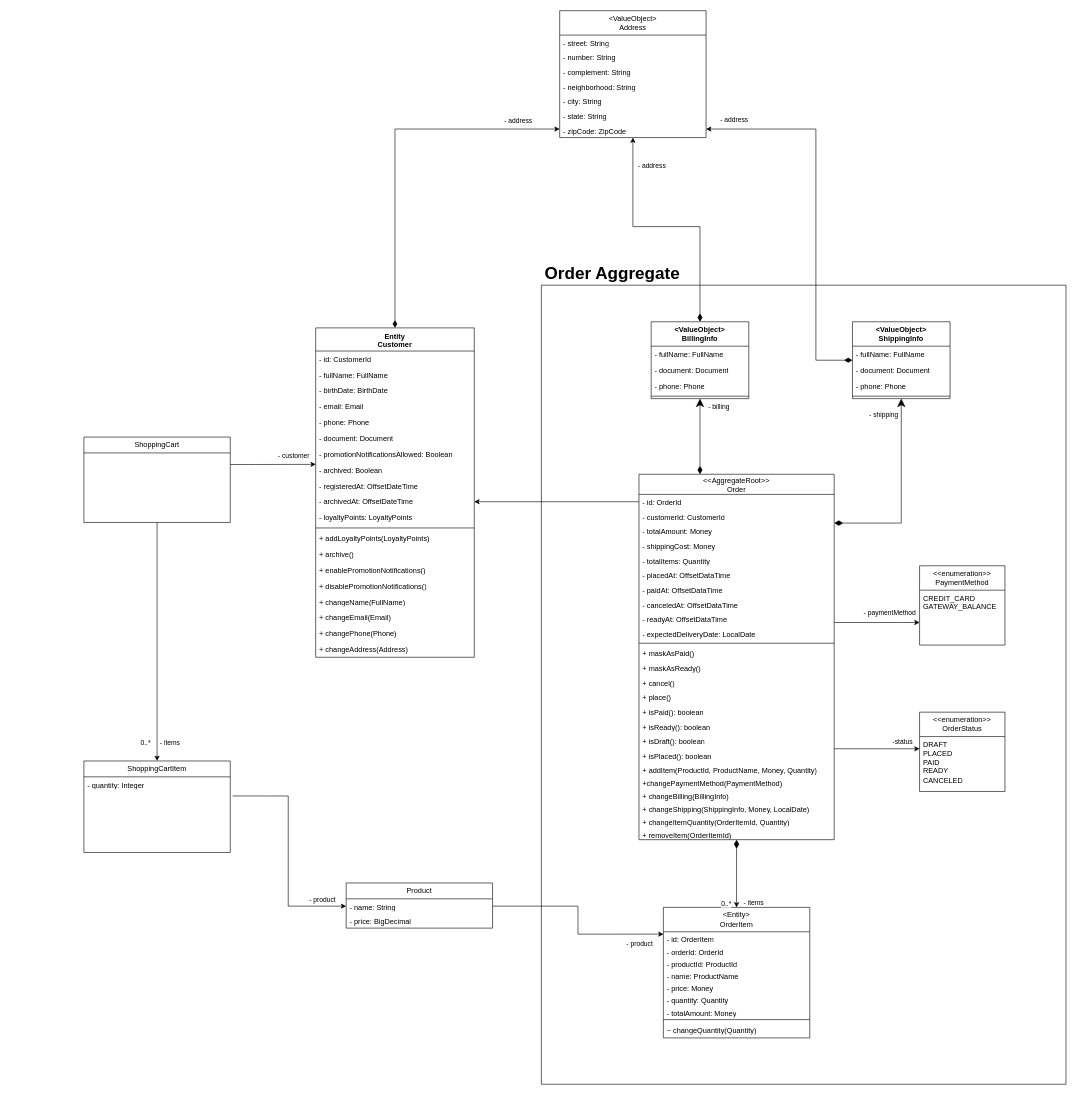
dhsouza/algashop-docs keeps this draw.io diagram as Algashop domain model.drawio. Above is the earlier version. Source tidied: cells renumbered, new cells numbered last; positions are measured from the earlier drawing's top-left corner, leaving out a move shared by most shapes. Both pictures are drawn from the tidied source at 61%, with x=0, y=0 at pixel (84, 10).
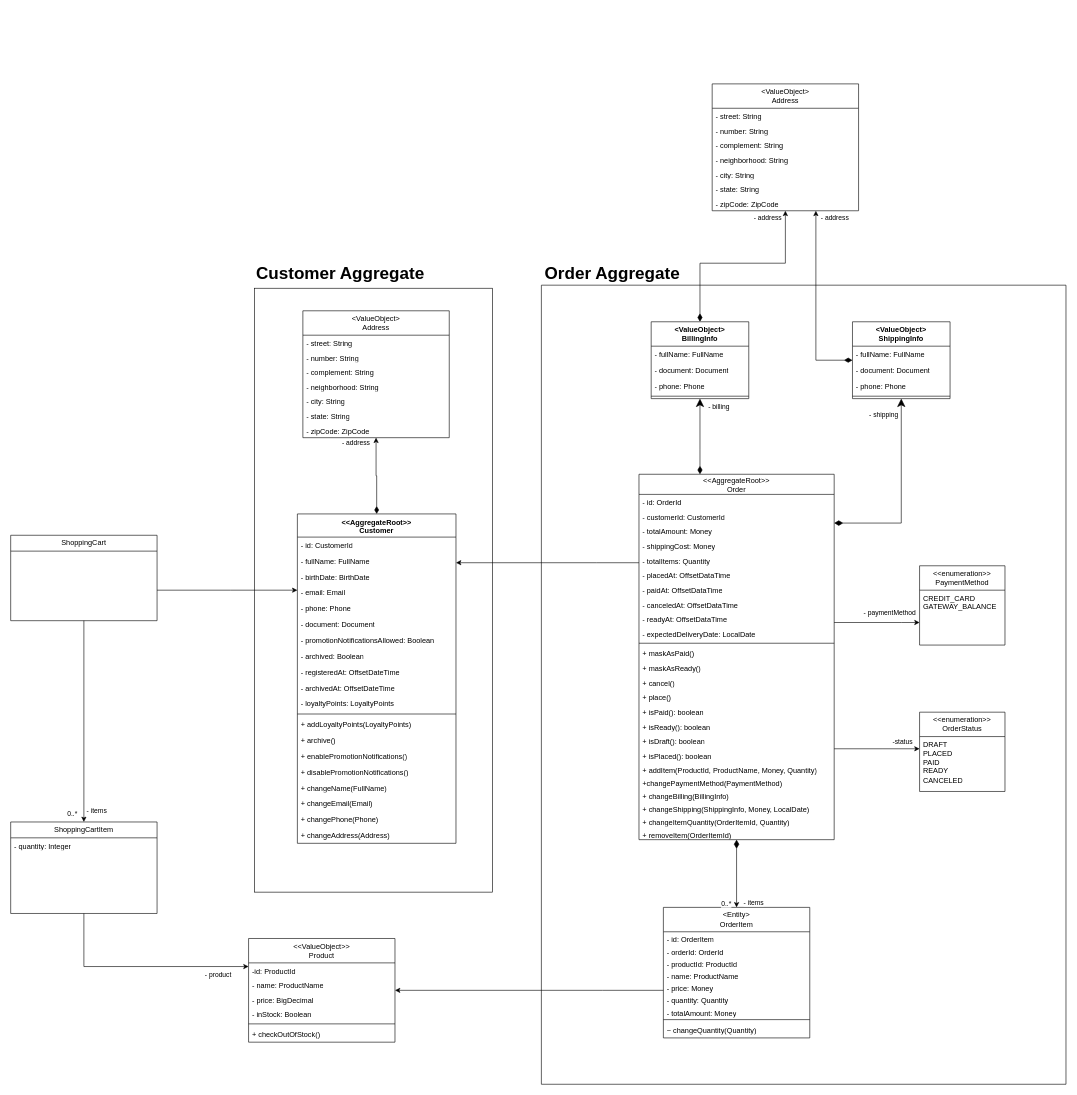
After the change.

Commit message (it also covers changes not shown here):
chore: refining Customer and Product domain models

Unchanged cells that the change refers to:
```xml
<mxCell id="13" value="-&amp;nbsp;archived: Boolean" style="text;strokeColor=none;fillColor=none;align=left;verticalAlign=top;spacingLeft=4;spacingRight=4;overflow=hidden;points=[[0,0.5],[1,0.5]];portConstraint=eastwest;whiteSpace=wrap;html=1;" parent="5" vertex="1">
  <mxGeometry y="220" width="260" height="26" as="geometry" />
</mxCell>
<mxCell id="15" value="-&amp;nbsp;archivedAt: OffsetDateTime" style="text;strokeColor=none;fillColor=none;align=left;verticalAlign=top;spacingLeft=4;spacingRight=4;overflow=hidden;points=[[0,0.5],[1,0.5]];portConstraint=eastwest;whiteSpace=wrap;html=1;" parent="5" vertex="1">
  <mxGeometry y="272" width="260" height="26" as="geometry" />
</mxCell>
<mxCell id="33" value="- quantity: Integer" style="text;strokeColor=none;fillColor=none;align=left;verticalAlign=top;spacingLeft=4;spacingRight=4;overflow=hidden;points=[[0,0.5],[1,0.5]];portConstraint=eastwest;whiteSpace=wrap;html=1;" parent="32" vertex="1">
  <mxGeometry y="26" width="240" height="124" as="geometry" />
</mxCell>
<mxCell id="39" value="&lt;div&gt;&amp;lt;Entity&amp;gt;&lt;/div&gt;OrderItem" style="swimlane;fontStyle=0;horizontal=1;startSize=40;fillColor=none;whiteSpace=wrap;html=1;" parent="1" vertex="1">
  <mxGeometry x="950" y="1470" width="240" height="214" as="geometry" />
</mxCell>
<mxCell id="40" value="- id: OrderItem" style="text;strokeColor=none;fillColor=none;align=left;verticalAlign=top;spacingLeft=4;spacingRight=4;overflow=hidden;points=[[0,0.5],[1,0.5]];portConstraint=eastwest;whiteSpace=wrap;html=1;" parent="39" vertex="1">
  <mxGeometry y="40" width="240" height="20" as="geometry" />
</mxCell>
<mxCell id="54" value="&lt;div&gt;&amp;lt;&amp;lt;AggregateRoot&amp;gt;&amp;gt;&lt;/div&gt;Order" style="swimlane;fontStyle=0;horizontal=1;startSize=33;fillColor=none;whiteSpace=wrap;html=1;" parent="1" vertex="1">
  <mxGeometry x="910" y="760" width="320" height="599" as="geometry" />
</mxCell>
<mxCell id="55" value="- id: OrderId" style="text;strokeColor=none;fillColor=none;align=left;verticalAlign=top;spacingLeft=4;spacingRight=4;overflow=hidden;points=[[0,0.5],[1,0.5]];portConstraint=eastwest;whiteSpace=wrap;html=1;" parent="54" vertex="1">
  <mxGeometry y="33" width="320" height="24" as="geometry" />
</mxCell>
<mxCell id="91" style="edgeStyle=orthogonalEdgeStyle;rounded=0;jettySize=auto;html=1;startArrow=diamondThin;startFill=1;startSize=11;" parent="1" edge="1" source="93" target="80">
  <mxGeometry relative="1" as="geometry">
    <Array as="points">
      <mxPoint x="1200" y="573" />
      <mxPoint x="1200" y="194" />
    </Array>
  </mxGeometry>
</mxCell>
<mxCell id="100" style="edgeStyle=orthogonalEdgeStyle;rounded=0;jettySize=auto;html=1;startArrow=diamondThin;startFill=1;startSize=11;" parent="1" edge="1" source="102" target="80">
  <mxGeometry relative="1" as="geometry" />
</mxCell>
```

Diff of the diagram source:
```diff
@@
+    <mxCell id="116" style="rounded=0;whiteSpace=wrap;html=1;fillColor=none;" parent="1" vertex="1">
+      <mxGeometry x="280" y="455" width="390" height="990" as="geometry" />
+    </mxCell>
@@
-    <mxCell id="3" style="rounded=0;jettySize=auto;html=1;flowAnimation=0;edgeStyle=orthogonalEdgeStyle;startArrow=diamondThin;startFill=1;strokeWidth=1;startSize=10;" parent="1" edge="1" source="5" target="80">
-      <mxGeometry relative="1" as="geometry">
-        <Array as="points">
-          <mxPoint x="510" y="194" />
-        </Array>
-      </mxGeometry>
+    <mxCell id="3" style="rounded=0;jettySize=auto;html=1;flowAnimation=0;edgeStyle=orthogonalEdgeStyle;startArrow=diamondThin;startFill=1;strokeWidth=1;startSize=10;" parent="1" edge="1" source="5" target="122">
+      <mxGeometry relative="1" as="geometry" />
     </mxCell>
     <mxCell id="4" value="- address" style="edgeLabel;html=1;align=center;verticalAlign=middle;" parent="3" vertex="1">
       <mxGeometry x="0.83" y="1" relative="1" as="geometry">
-        <mxPoint x="-18" y="-14" as="offset" />
+        <mxPoint x="-33" y="-3" as="offset" />
       </mxGeometry>
     </mxCell>
-    <mxCell id="5" value="Entity&lt;div&gt;Customer&lt;/div&gt;" style="swimlane;fontStyle=1;align=center;verticalAlign=top;horizontal=1;startSize=38;whiteSpace=wrap;html=1;" parent="1" vertex="1">
-      <mxGeometry x="380" y="520" width="260" height="540" as="geometry" />
+    <mxCell id="5" value="&amp;lt;&amp;lt;AggregateRoot&amp;gt;&amp;gt;&lt;div&gt;Customer&lt;/div&gt;" style="swimlane;fontStyle=1;align=center;verticalAlign=top;horizontal=1;startSize=38;whiteSpace=wrap;html=1;" parent="1" vertex="1">
+      <mxGeometry x="350" y="825" width="260" height="540" as="geometry" />
     </mxCell>
@@
-    <mxCell id="29" style="edgeStyle=orthogonalEdgeStyle;rounded=0;jettySize=auto;html=1;entryX=0.001;entryY=0.145;entryDx=0;entryDy=0;entryPerimeter=0;" parent="1" edge="1" source="31" target="13">
+    <mxCell id="29" style="edgeStyle=orthogonalEdgeStyle;rounded=0;jettySize=auto;html=1;" parent="1" edge="1" source="31" target="5">
       <mxGeometry relative="1" as="geometry">
         <Array as="points">
-          <mxPoint x="270" y="744" />
-          <mxPoint x="270" y="744" />
+          <mxPoint x="240" y="950" />
+          <mxPoint x="240" y="950" />
         </Array>
       </mxGeometry>
     </mxCell>
-    <mxCell id="30" value="- customer" style="edgeLabel;html=1;align=center;verticalAlign=middle;" parent="29" vertex="1">
-      <mxGeometry x="0.13" y="3" relative="1" as="geometry">
-        <mxPoint x="25" y="-12" as="offset" />
-      </mxGeometry>
-    </mxCell>
     <mxCell id="31" value="ShoppingCart" style="swimlane;fontStyle=0;horizontal=1;startSize=26;fillColor=none;whiteSpace=wrap;html=1;" parent="1" vertex="1">
-      <mxGeometry y="699" width="240" height="140" as="geometry" />
+      <mxGeometry x="-120" y="860" width="240" height="140" as="geometry" />
     </mxCell>
     <mxCell id="32" value="ShoppingCartItem" style="swimlane;fontStyle=0;horizontal=1;startSize=26;fillColor=none;whiteSpace=wrap;html=1;" parent="1" vertex="1">
-      <mxGeometry y="1230" width="240" height="150" as="geometry" />
+      <mxGeometry x="-120" y="1330" width="240" height="150" as="geometry" />
     </mxCell>
@@
-    <mxCell id="34" style="edgeStyle=orthogonalEdgeStyle;rounded=0;jettySize=auto;html=1;entryX=0;entryY=0.5;entryDx=0;entryDy=0;exitX=1.016;exitY=0.253;exitDx=0;exitDy=0;exitPerimeter=0;" parent="1" edge="1" source="33" target="37">
-      <mxGeometry relative="1" as="geometry" />
+    <mxCell id="34" style="edgeStyle=orthogonalEdgeStyle;rounded=0;jettySize=auto;html=1;" parent="1" edge="1" source="32" target="36">
+      <mxGeometry relative="1" as="geometry">
+        <Array as="points">
+          <mxPoint y="1567" />
+        </Array>
+      </mxGeometry>
     </mxCell>
     <mxCell id="35" value="- product" style="edgeLabel;html=1;align=center;verticalAlign=middle;" parent="34" vertex="1">
       <mxGeometry x="0.26" y="-1" relative="1" as="geometry">
-        <mxPoint x="56" y="29" as="offset" />
+        <mxPoint x="81" y="12" as="offset" />
       </mxGeometry>
     </mxCell>
-    <mxCell id="36" value="Product" style="swimlane;fontStyle=0;horizontal=1;startSize=26;fillColor=none;whiteSpace=wrap;html=1;" parent="1" vertex="1">
-      <mxGeometry x="430" y="1430" width="240" height="74" as="geometry" />
+    <mxCell id="36" value="&lt;div&gt;&amp;lt;&amp;lt;ValueObject&amp;gt;&amp;gt;&lt;/div&gt;Product" style="swimlane;fontStyle=0;horizontal=1;startSize=40;fillColor=none;whiteSpace=wrap;html=1;" parent="1" vertex="1">
+      <mxGeometry x="270" y="1521" width="240" height="170" as="geometry" />
     </mxCell>
+    <mxCell id="117" value="-id: ProductId" style="text;strokeColor=none;fillColor=none;align=left;verticalAlign=top;spacingLeft=4;spacingRight=4;overflow=hidden;whiteSpace=wrap;html=1;" parent="36" vertex="1">
+      <mxGeometry y="40" width="240" height="24" as="geometry" />
+    </mxCell>
-    <mxCell id="37" value="- name: String" style="text;strokeColor=none;fillColor=none;align=left;verticalAlign=top;spacingLeft=4;spacingRight=4;overflow=hidden;points=[[0,0.5],[1,0.5]];portConstraint=eastwest;whiteSpace=wrap;html=1;" parent="36" vertex="1">
-      <mxGeometry y="26" width="240" height="24" as="geometry" />
+    <mxCell id="37" value="- name: ProductName" style="text;strokeColor=none;fillColor=none;align=left;verticalAlign=top;spacingLeft=4;spacingRight=4;overflow=hidden;points=[[0,0.5],[1,0.5]];portConstraint=eastwest;whiteSpace=wrap;html=1;" parent="36" vertex="1">
+      <mxGeometry y="64" width="240" height="24" as="geometry" />
     </mxCell>
     <mxCell id="38" value="- price: BigDecimal" style="text;strokeColor=none;fillColor=none;align=left;verticalAlign=top;spacingLeft=4;spacingRight=4;overflow=hidden;whiteSpace=wrap;html=1;" parent="36" vertex="1">
-      <mxGeometry y="50" width="240" height="24" as="geometry" />
+      <mxGeometry y="88" width="240" height="24" as="geometry" />
     </mxCell>
+    <mxCell id="118" value="- inStock: Boolean" style="text;strokeColor=none;fillColor=none;align=left;verticalAlign=top;spacingLeft=4;spacingRight=4;overflow=hidden;whiteSpace=wrap;html=1;" parent="36" vertex="1">
+      <mxGeometry y="112" width="240" height="24" as="geometry" />
+    </mxCell>
+    <mxCell id="119" style="line;strokeWidth=1;fillColor=none;align=left;verticalAlign=middle;spacingTop=-1;spacingLeft=3;spacingRight=3;labelPosition=right;strokeColor=inherit;" parent="36" vertex="1">
+      <mxGeometry y="136" width="240" height="8" as="geometry" />
+    </mxCell>
+    <mxCell id="120" value="+ checkOutOfStock()" style="text;strokeColor=none;fillColor=none;align=left;verticalAlign=top;spacingLeft=4;spacingRight=4;overflow=hidden;whiteSpace=wrap;html=1;" parent="36" vertex="1">
+      <mxGeometry y="144" width="240" height="26" as="geometry" />
+    </mxCell>
@@
-    <mxCell id="49" style="edgeStyle=orthogonalEdgeStyle;rounded=0;jettySize=auto;html=1;entryX=0.001;entryY=0.193;entryDx=0;entryDy=0;entryPerimeter=0;" parent="1" edge="1" source="37" target="40">
-      <mxGeometry relative="1" as="geometry" />
+    <mxCell id="49" style="edgeStyle=orthogonalEdgeStyle;rounded=0;jettySize=auto;html=1;startArrow=classic;startFill=1;endArrow=none;endFill=0;" parent="1" edge="1" source="36" target="39">
+      <mxGeometry relative="1" as="geometry">
+        <Array as="points">
+          <mxPoint x="850" y="1606" />
+          <mxPoint x="850" y="1606" />
+        </Array>
+      </mxGeometry>
     </mxCell>
-    <mxCell id="50" value="- product" style="edgeLabel;html=1;align=center;verticalAlign=middle;" parent="49" vertex="1">
-      <mxGeometry x="0.14" y="1" relative="1" as="geometry">
-        <mxPoint x="100" y="17" as="offset" />
-      </mxGeometry>
-    </mxCell>
@@
     <mxCell id="80" value="&lt;div&gt;&amp;lt;ValueObject&amp;gt;&lt;/div&gt;Address" style="swimlane;fontStyle=0;horizontal=1;startSize=40;fillColor=none;whiteSpace=wrap;html=1;" parent="1" vertex="1">
-      <mxGeometry x="780" width="240" height="208" as="geometry" />
+      <mxGeometry x="1030" y="120" width="240" height="208" as="geometry" />
     </mxCell>
@@
-    <mxCell id="88" style="edgeStyle=orthogonalEdgeStyle;rounded=0;jettySize=auto;html=1;entryX=1;entryY=0.5;entryDx=0;entryDy=0;" parent="1" edge="1" source="55" target="15">
-      <mxGeometry relative="1" as="geometry" />
+    <mxCell id="88" style="edgeStyle=orthogonalEdgeStyle;rounded=0;jettySize=auto;html=1;" parent="1" edge="1" source="54" target="5">
+      <mxGeometry relative="1" as="geometry">
+        <Array as="points">
+          <mxPoint x="840" y="905" />
+          <mxPoint x="840" y="905" />
+        </Array>
+      </mxGeometry>
     </mxCell>
@@
     <mxCell id="92" value="- address" style="edgeLabel;html=1;align=center;verticalAlign=middle;" parent="91" vertex="1">
       <mxGeometry x="0.84" y="-2" relative="1" as="geometry">
-        <mxPoint x="-5" y="-14" as="offset" />
+        <mxPoint x="28" y="-14" as="offset" />
       </mxGeometry>
     </mxCell>
@@
     <mxCell id="101" value="- address" style="edgeLabel;html=1;align=center;verticalAlign=middle;" parent="100" vertex="1">
       <mxGeometry x="0.55" y="-4" relative="1" as="geometry">
-        <mxPoint x="26" y="-47" as="offset" />
+        <mxPoint x="-34" y="-61" as="offset" />
       </mxGeometry>
     </mxCell>
@@
+    <mxCell id="121" value="&lt;font&gt;Customer Aggregate&lt;/font&gt;" style="text;html=1;align=center;verticalAlign=middle;strokeColor=none;fillColor=none;fontStyle=1;fontSize=28;" parent="1" vertex="1">
+      <mxGeometry x="280" y="405" width="280" height="50" as="geometry" />
+    </mxCell>
+    <mxCell id="122" value="&lt;div&gt;&amp;lt;ValueObject&amp;gt;&lt;/div&gt;Address" style="swimlane;fontStyle=0;horizontal=1;startSize=40;fillColor=none;whiteSpace=wrap;html=1;" parent="1" vertex="1">
+      <mxGeometry x="359" y="492" width="240" height="208" as="geometry" />
+    </mxCell>
+    <mxCell id="123" value="- street: String" style="text;strokeColor=none;fillColor=none;align=left;verticalAlign=top;spacingLeft=4;spacingRight=4;overflow=hidden;whiteSpace=wrap;html=1;" parent="122" vertex="1">
+      <mxGeometry y="40" width="240" height="24" as="geometry" />
+    </mxCell>
+    <mxCell id="124" value="- number: String" style="text;strokeColor=none;fillColor=none;align=left;verticalAlign=top;spacingLeft=4;spacingRight=4;overflow=hidden;whiteSpace=wrap;html=1;" parent="122" vertex="1">
+      <mxGeometry y="64" width="240" height="24" as="geometry" />
+    </mxCell>
+    <mxCell id="125" value="- complement: String" style="text;strokeColor=none;fillColor=none;align=left;verticalAlign=top;spacingLeft=4;spacingRight=4;overflow=hidden;whiteSpace=wrap;html=1;" parent="122" vertex="1">
+      <mxGeometry y="88" width="240" height="24" as="geometry" />
+    </mxCell>
+    <mxCell id="126" value="- neighborhood: String" style="text;strokeColor=none;fillColor=none;align=left;verticalAlign=top;spacingLeft=4;spacingRight=4;overflow=hidden;whiteSpace=wrap;html=1;" parent="122" vertex="1">
+      <mxGeometry y="112" width="240" height="24" as="geometry" />
+    </mxCell>
+    <mxCell id="127" value="- city: String" style="text;strokeColor=none;fillColor=none;align=left;verticalAlign=top;spacingLeft=4;spacingRight=4;overflow=hidden;whiteSpace=wrap;html=1;" parent="122" vertex="1">
+      <mxGeometry y="136" width="240" height="24" as="geometry" />
+    </mxCell>
+    <mxCell id="128" value="- state: String" style="text;strokeColor=none;fillColor=none;align=left;verticalAlign=top;spacingLeft=4;spacingRight=4;overflow=hidden;whiteSpace=wrap;html=1;" parent="122" vertex="1">
+      <mxGeometry y="160" width="240" height="24" as="geometry" />
+    </mxCell>
+    <mxCell id="129" value="- zipCode: ZipCode" style="text;strokeColor=none;fillColor=none;align=left;verticalAlign=top;spacingLeft=4;spacingRight=4;overflow=hidden;whiteSpace=wrap;html=1;" parent="122" vertex="1">
+      <mxGeometry y="184" width="240" height="24" as="geometry" />
+    </mxCell>
```
